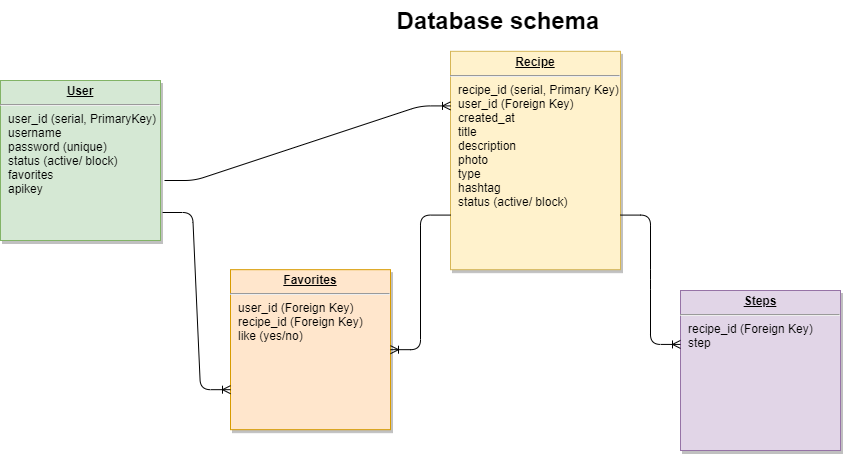
Above: files/Database schema.drawio.png in uzhegovaelena/recipes-project (draw.io), before the change. Source tidied: cells renumbered, new cells last; positions are measured from the earlier drawing's top-left corner, leaving out a move shared by most shapes. Its diagram source:
```xml
<mxGraphModel>
  <root>
    <mxCell id="0" />
    <mxCell id="1" parent="0" />
    <mxCell id="2" value="&lt;p style=&quot;margin: 0px ; margin-top: 4px ; text-align: center ; text-decoration: underline&quot;&gt;&lt;strong&gt;Recipe&lt;/strong&gt;&lt;br&gt;&lt;/p&gt;&lt;hr&gt;&lt;p style=&quot;margin: 0px ; margin-left: 8px&quot;&gt;recipe_id (serial, Primary Key)&lt;/p&gt;&lt;p style=&quot;margin: 0px ; margin-left: 8px&quot;&gt;user_id (Foreign Key)&lt;/p&gt;&lt;p style=&quot;margin: 0px ; margin-left: 8px&quot;&gt;created_at&lt;/p&gt;&lt;p style=&quot;margin: 0px ; margin-left: 8px&quot;&gt;title&lt;/p&gt;&lt;p style=&quot;margin: 0px ; margin-left: 8px&quot;&gt;description&lt;/p&gt;&lt;p style=&quot;margin: 0px ; margin-left: 8px&quot;&gt;&lt;span&gt;photo&lt;/span&gt;&lt;br&gt;&lt;/p&gt;&lt;p style=&quot;margin: 0px ; margin-left: 8px&quot;&gt;type&lt;/p&gt;&lt;p style=&quot;margin: 0px ; margin-left: 8px&quot;&gt;&lt;span&gt;hashtag&lt;/span&gt;&lt;br&gt;&lt;/p&gt;&lt;p style=&quot;margin: 0px ; margin-left: 8px&quot;&gt;status (active/ block)&lt;/p&gt;" style="verticalAlign=top;align=left;overflow=fill;fontSize=12;fontFamily=Helvetica;html=1;strokeColor=#d6b656;shadow=1;fillColor=#fff2cc;" parent="1" vertex="1">
      <mxGeometry x="450" y="50.8" width="170" height="218.4" as="geometry" />
    </mxCell>
    <mxCell id="3" value="&lt;p style=&quot;margin: 0px ; margin-top: 4px ; text-align: center ; text-decoration: underline&quot;&gt;&lt;b&gt;User&lt;/b&gt;&lt;/p&gt;&lt;hr&gt;&lt;p style=&quot;margin: 0px ; margin-left: 8px&quot;&gt;user_id (serial, PrimaryKey)&lt;/p&gt;&lt;p style=&quot;margin: 0px ; margin-left: 8px&quot;&gt;username&lt;/p&gt;&lt;p style=&quot;margin: 0px ; margin-left: 8px&quot;&gt;password (unique)&lt;/p&gt;&lt;p style=&quot;margin: 0px ; margin-left: 8px&quot;&gt;status (active/ block)&lt;/p&gt;&lt;p style=&quot;margin: 0px ; margin-left: 8px&quot;&gt;favorites&lt;/p&gt;&lt;p style=&quot;margin: 0px ; margin-left: 8px&quot;&gt;apikey&lt;/p&gt;" style="verticalAlign=top;align=left;overflow=fill;fontSize=12;fontFamily=Helvetica;html=1;shadow=1;fillColor=#d5e8d4;strokeColor=#82b366;" parent="1" vertex="1">
      <mxGeometry y="80" width="160" height="160" as="geometry" />
    </mxCell>
    <mxCell id="4" value="&lt;p style=&quot;margin: 0px ; margin-top: 4px ; text-align: center ; text-decoration: underline&quot;&gt;&lt;b&gt;Favorites&lt;/b&gt;&lt;/p&gt;&lt;hr&gt;&lt;p style=&quot;margin: 0px ; margin-left: 8px&quot;&gt;user_id&amp;nbsp;(Foreign Key)&lt;/p&gt;&lt;p style=&quot;margin: 0px ; margin-left: 8px&quot;&gt;recipe_id&amp;nbsp;&lt;span&gt;(Foreign Key)&amp;nbsp;&lt;/span&gt;&lt;/p&gt;&lt;p style=&quot;margin: 0px ; margin-left: 8px&quot;&gt;like (yes/no)&lt;/p&gt;&lt;p style=&quot;margin: 0px ; margin-left: 8px&quot;&gt;&lt;br&gt;&lt;/p&gt;" style="verticalAlign=top;align=left;overflow=fill;fontSize=12;fontFamily=Helvetica;html=1;shadow=1;fillColor=#ffe6cc;strokeColor=#d79b00;" parent="1" vertex="1">
      <mxGeometry x="230" y="269.2" width="160" height="160" as="geometry" />
    </mxCell>
    <mxCell id="5" value="Database schema" style="text;html=1;strokeColor=none;fillColor=none;align=center;verticalAlign=middle;whiteSpace=wrap;rounded=0;fontSize=24;fontStyle=1;" parent="1" vertex="1">
      <mxGeometry x="373" width="250" height="40" as="geometry" />
    </mxCell>
    <mxCell id="6" value="&lt;p style=&quot;margin: 0px ; margin-top: 4px ; text-align: center ; text-decoration: underline&quot;&gt;&lt;b&gt;Steps&lt;/b&gt;&lt;/p&gt;&lt;hr&gt;&lt;p style=&quot;margin: 0px ; margin-left: 8px&quot;&gt;&lt;span&gt;recipe_id (Foreign Key)&amp;nbsp;&lt;/span&gt;&lt;br&gt;&lt;/p&gt;&lt;p style=&quot;margin: 0px ; margin-left: 8px&quot;&gt;step&lt;/p&gt;&lt;p style=&quot;margin: 0px ; margin-left: 8px&quot;&gt;&lt;br&gt;&lt;/p&gt;" style="verticalAlign=top;align=left;overflow=fill;fontSize=12;fontFamily=Helvetica;html=1;shadow=1;fillColor=#e1d5e7;strokeColor=#9673a6;" parent="1" vertex="1">
      <mxGeometry x="680" y="290" width="160" height="160" as="geometry" />
    </mxCell>
    <mxCell id="7" style="edgeStyle=entityRelationEdgeStyle;fontSize=12;html=1;endArrow=ERoneToMany;entryX=0;entryY=0.25;entryDx=0;entryDy=0;exitX=1.025;exitY=0.625;exitDx=0;exitDy=0;exitPerimeter=0;" parent="1" edge="1" source="3" target="2">
      <mxGeometry relative="1" as="geometry" />
    </mxCell>
    <mxCell id="8" style="edgeStyle=entityRelationEdgeStyle;fontSize=12;html=1;endArrow=ERoneToMany;entryX=0;entryY=0.337;entryDx=0;entryDy=0;entryPerimeter=0;exitX=1;exitY=0.75;exitDx=0;exitDy=0;" parent="1" edge="1" source="2" target="6">
      <mxGeometry relative="1" as="geometry" />
    </mxCell>
    <mxCell id="9" style="edgeStyle=entityRelationEdgeStyle;fontSize=12;html=1;endArrow=ERoneToMany;entryX=1;entryY=0.5;entryDx=0;entryDy=0;exitX=0;exitY=0.75;exitDx=0;exitDy=0;" parent="1" edge="1" source="2" target="4">
      <mxGeometry relative="1" as="geometry" />
    </mxCell>
    <mxCell id="10" style="edgeStyle=entityRelationEdgeStyle;fontSize=12;html=1;endArrow=ERoneToMany;entryX=0;entryY=0.75;entryDx=0;entryDy=0;exitX=1.013;exitY=0.825;exitDx=0;exitDy=0;exitPerimeter=0;" parent="1" edge="1" source="3" target="4">
      <mxGeometry relative="1" as="geometry" />
    </mxCell>
  </root>
</mxGraphModel>
```
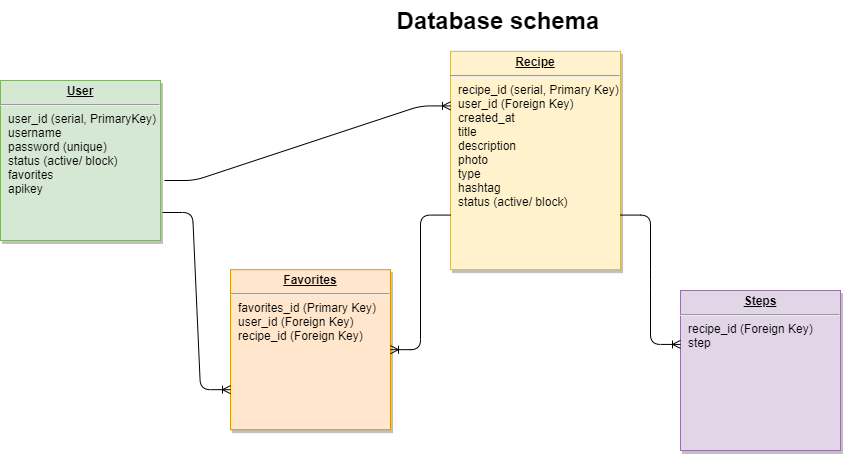
After the commit.

What changed in the source:
```diff
@@ -8,7 +8,7 @@
     <mxCell id="3" value="&lt;p style=&quot;margin: 0px ; margin-top: 4px ; text-align: center ; text-decoration: underline&quot;&gt;&lt;b&gt;User&lt;/b&gt;&lt;/p&gt;&lt;hr&gt;&lt;p style=&quot;margin: 0px ; margin-left: 8px&quot;&gt;user_id (serial, PrimaryKey)&lt;/p&gt;&lt;p style=&quot;margin: 0px ; margin-left: 8px&quot;&gt;username&lt;/p&gt;&lt;p style=&quot;margin: 0px ; margin-left: 8px&quot;&gt;password (unique)&lt;/p&gt;&lt;p style=&quot;margin: 0px ; margin-left: 8px&quot;&gt;status (active/ block)&lt;/p&gt;&lt;p style=&quot;margin: 0px ; margin-left: 8px&quot;&gt;favorites&lt;/p&gt;&lt;p style=&quot;margin: 0px ; margin-left: 8px&quot;&gt;apikey&lt;/p&gt;" style="verticalAlign=top;align=left;overflow=fill;fontSize=12;fontFamily=Helvetica;html=1;shadow=1;fillColor=#d5e8d4;strokeColor=#82b366;" parent="1" vertex="1">
       <mxGeometry y="80" width="160" height="160" as="geometry" />
     </mxCell>
-    <mxCell id="4" value="&lt;p style=&quot;margin: 0px ; margin-top: 4px ; text-align: center ; text-decoration: underline&quot;&gt;&lt;b&gt;Favorites&lt;/b&gt;&lt;/p&gt;&lt;hr&gt;&lt;p style=&quot;margin: 0px ; margin-left: 8px&quot;&gt;user_id&amp;nbsp;(Foreign Key)&lt;/p&gt;&lt;p style=&quot;margin: 0px ; margin-left: 8px&quot;&gt;recipe_id&amp;nbsp;&lt;span&gt;(Foreign Key)&amp;nbsp;&lt;/span&gt;&lt;/p&gt;&lt;p style=&quot;margin: 0px ; margin-left: 8px&quot;&gt;like (yes/no)&lt;/p&gt;&lt;p style=&quot;margin: 0px ; margin-left: 8px&quot;&gt;&lt;br&gt;&lt;/p&gt;" style="verticalAlign=top;align=left;overflow=fill;fontSize=12;fontFamily=Helvetica;html=1;shadow=1;fillColor=#ffe6cc;strokeColor=#d79b00;" parent="1" vertex="1">
+    <mxCell id="4" value="&lt;p style=&quot;margin: 0px ; margin-top: 4px ; text-align: center ; text-decoration: underline&quot;&gt;&lt;b&gt;Favorites&lt;/b&gt;&lt;/p&gt;&lt;hr&gt;&lt;p style=&quot;margin: 0px ; margin-left: 8px&quot;&gt;favorites_id (Primary Key)&lt;/p&gt;&lt;p style=&quot;margin: 0px ; margin-left: 8px&quot;&gt;user_id&amp;nbsp;(Foreign Key)&lt;/p&gt;&lt;p style=&quot;margin: 0px ; margin-left: 8px&quot;&gt;recipe_id&amp;nbsp;&lt;span&gt;(Foreign Key)&amp;nbsp;&lt;/span&gt;&lt;/p&gt;&lt;p style=&quot;margin: 0px ; margin-left: 8px&quot;&gt;&lt;br&gt;&lt;/p&gt;" style="verticalAlign=top;align=left;overflow=fill;fontSize=12;fontFamily=Helvetica;html=1;shadow=1;fillColor=#ffe6cc;strokeColor=#d79b00;" parent="1" vertex="1">
       <mxGeometry x="230" y="269.2" width="160" height="160" as="geometry" />
     </mxCell>
     <mxCell id="5" value="Database schema" style="text;html=1;strokeColor=none;fillColor=none;align=center;verticalAlign=middle;whiteSpace=wrap;rounded=0;fontSize=24;fontStyle=1;" parent="1" vertex="1">
```
